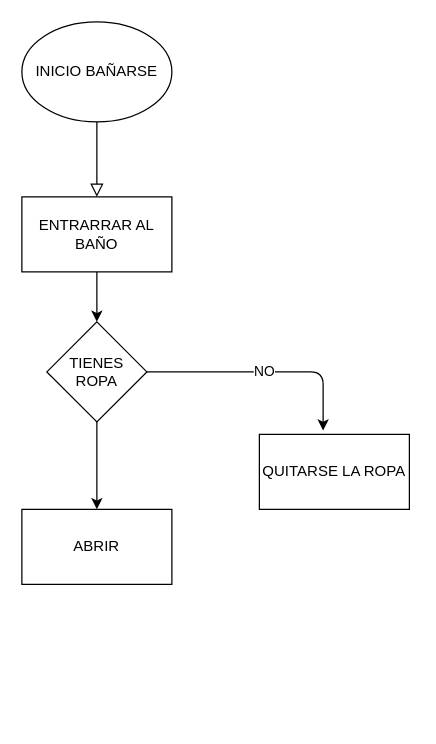
jowoselfgmailcom/fdp keeps this draw.io diagram as Untitled Diagram.drawio. Above is the earlier version. Source tidied: cells renumbered, new cells numbered last; positions are measured from the earlier drawing's top-left corner, leaving out a move shared by most shapes. Both pictures are drawn from the tidied source at 125%, with x=0, y=0 at pixel (21, 21).
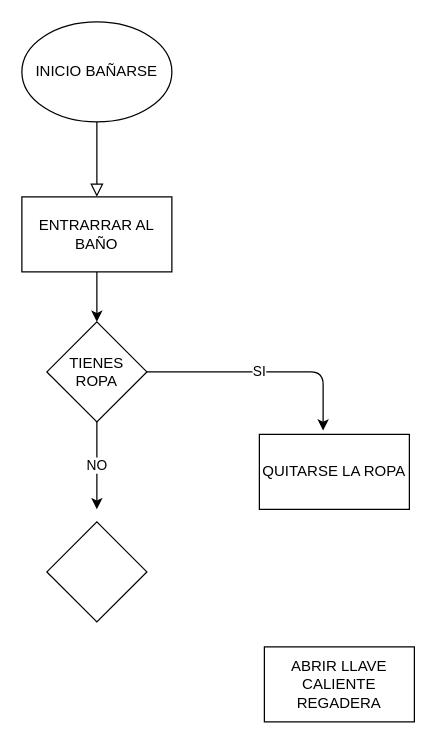
Above is the later version.

Diff of the diagram source:
```diff
@@
 <mxGraphModel>
   <root>
     <mxCell id="0" />
     <mxCell id="1" parent="0" />
     <mxCell id="2" style="rounded=0;html=1;jettySize=auto;orthogonalLoop=1;fontSize=11;endArrow=block;endFill=0;endSize=8;strokeWidth=1;shadow=0;labelBackgroundColor=none;edgeStyle=orthogonalEdgeStyle;" parent="1" edge="1">
       <mxGeometry relative="1" as="geometry">
         <mxPoint x="60" y="80" as="sourcePoint" />
         <mxPoint x="60" y="140" as="targetPoint" />
       </mxGeometry>
     </mxCell>
     <mxCell id="3" value="INICIO BAÑARSE" style="ellipse;whiteSpace=wrap;html=1;" parent="1" vertex="1">
       <mxGeometry width="120" height="80" as="geometry" />
     </mxCell>
     <mxCell id="4" value="ENTRARRAR AL BAÑO" style="rounded=0;whiteSpace=wrap;html=1;" parent="1" vertex="1">
       <mxGeometry y="140" width="120" height="60" as="geometry" />
     </mxCell>
     <mxCell id="5" style="endArrow=classic;html=1;entryX=0.5;entryY=0;entryDx=0;entryDy=0;" parent="1" edge="1">
       <mxGeometry relative="1" as="geometry">
         <mxPoint x="60" y="200" as="sourcePoint" />
         <mxPoint x="60" y="240" as="targetPoint" />
       </mxGeometry>
     </mxCell>
-    <mxCell id="6" style="edgeStyle=orthogonalEdgeStyle;rounded=0;jettySize=auto;html=1;exitX=0.5;exitY=1;exitDx=0;exitDy=0;entryX=0.5;entryY=0;entryDx=0;entryDy=0;" parent="1" edge="1" source="7">
+    <mxCell id="6" value="NO" style="edgeStyle=orthogonalEdgeStyle;rounded=0;jettySize=auto;html=1;exitX=0.5;exitY=1;exitDx=0;exitDy=0;entryX=0.5;entryY=0;entryDx=0;entryDy=0;" parent="1" edge="1" source="7">
       <mxGeometry relative="1" as="geometry">
         <mxPoint x="60" y="390" as="targetPoint" />
         <Array as="points">
           <mxPoint x="60" y="370" />
           <mxPoint x="60" y="370" />
         </Array>
       </mxGeometry>
     </mxCell>
     <mxCell id="7" value="TIENES ROPA" style="rhombus;whiteSpace=wrap;html=1;" parent="1" vertex="1">
       <mxGeometry x="20" y="240" width="80" height="80" as="geometry" />
     </mxCell>
-    <mxCell id="8" value="ABRIR" style="rounded=0;whiteSpace=wrap;html=1;" parent="1" vertex="1">
-      <mxGeometry y="390" width="120" height="60" as="geometry" />
+    <mxCell id="8" value="ABRIR LLAVE CALIENTE REGADERA" style="rounded=0;whiteSpace=wrap;html=1;" parent="1" vertex="1">
+      <mxGeometry x="194" y="500" width="120" height="60" as="geometry" />
     </mxCell>
     <mxCell id="9" value="QUITARSE LA ROPA" style="rounded=0;whiteSpace=wrap;html=1;" parent="1" vertex="1">
       <mxGeometry x="190" y="330" width="120" height="60" as="geometry" />
     </mxCell>
-    <mxCell id="10" value="NO" style="endArrow=classic;html=1;entryX=0.425;entryY=-0.05;entryDx=0;entryDy=0;entryPerimeter=0;" parent="1" edge="1" target="9">
-      <mxGeometry relative="1" as="geometry">
+    <mxCell id="10" value="SI" style="endArrow=classic;html=1;entryX=0.425;entryY=-0.05;entryDx=0;entryDy=0;entryPerimeter=0;" parent="1" edge="1" target="9">
+      <mxGeometry x="-0.04" relative="1" as="geometry">
         <mxPoint x="100" y="280" as="sourcePoint" />
         <Array as="points">
           <mxPoint x="241" y="280" />
         </Array>
       </mxGeometry>
     </mxCell>
+    <mxCell id="11" style="rhombus;whiteSpace=wrap;html=1;" parent="1" vertex="1">
+      <mxGeometry x="20" y="400" width="80" height="80" as="geometry" />
+    </mxCell>
   </root>
 </mxGraphModel>
```
